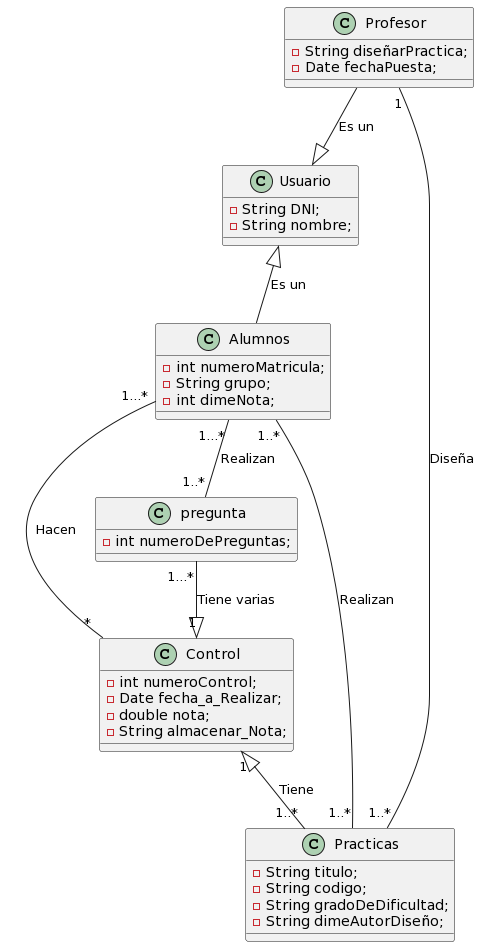
This is src/co/edu/ude/poo/Examene_final/MODELO_uml.png from luchovallejo/Examenes_final, a PlantUML export, as it was before one commit.
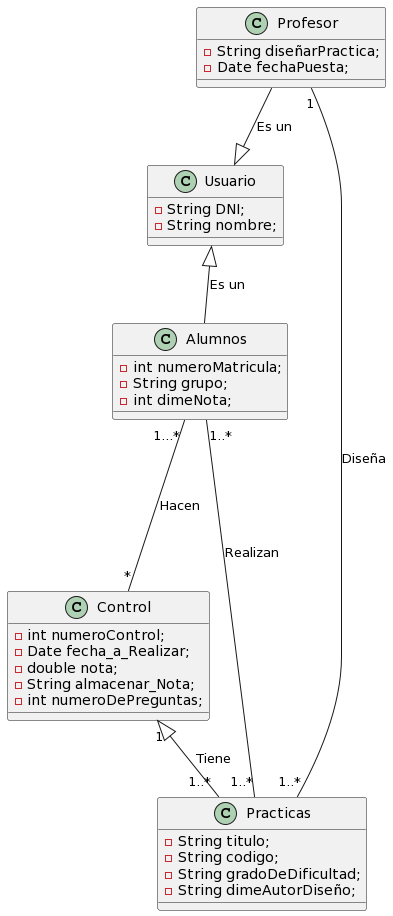
After the change.

Diff of the diagram source:
```diff
@@ -15,6 +15,7 @@
 -Date fecha_a_Realizar;
 -double nota;
 -String almacenar_Nota;
+-int numeroDePreguntas;
 }
 
 class Practicas{
@@ -30,16 +31,12 @@
 -Date fechaPuesta;
 }
 
-class pregunta{
--int numeroDePreguntas;
-}
+
 
 Usuario <|-- Alumnos : Es un
 Profesor  --|>  Usuario: Es un
-Alumnos "1...*" -- "1..*" pregunta: Realizan
 Profesor "1" --- "1..*" Practicas: Diseña
 Control "1" <|-- "1..*" Practicas: Tiene
-pregunta "1...*"--|>  "1" Control: Tiene varias
 Practicas "1..*" --- "1..*" Alumnos: Realizan
 Alumnos "1...*" --- "*" Control: Hacen
 @enduml
```
